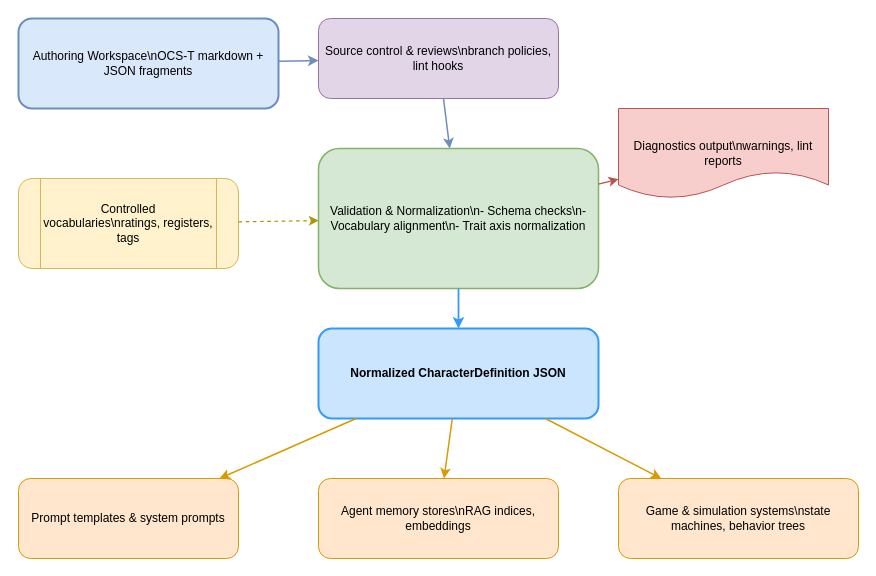
This is site/assets/diagrams/data-flow-ocst-to-json.drawio from Open-Character-Design/OCD-Specification, a draw.io file, before an edit. Source tidied: cells renumbered, new cells numbered last; positions are measured from the earlier drawing's top-left corner, leaving out a move shared by most shapes. Both pictures are drawn from the tidied source at 100%, with x=0, y=0 at pixel (18, 18).
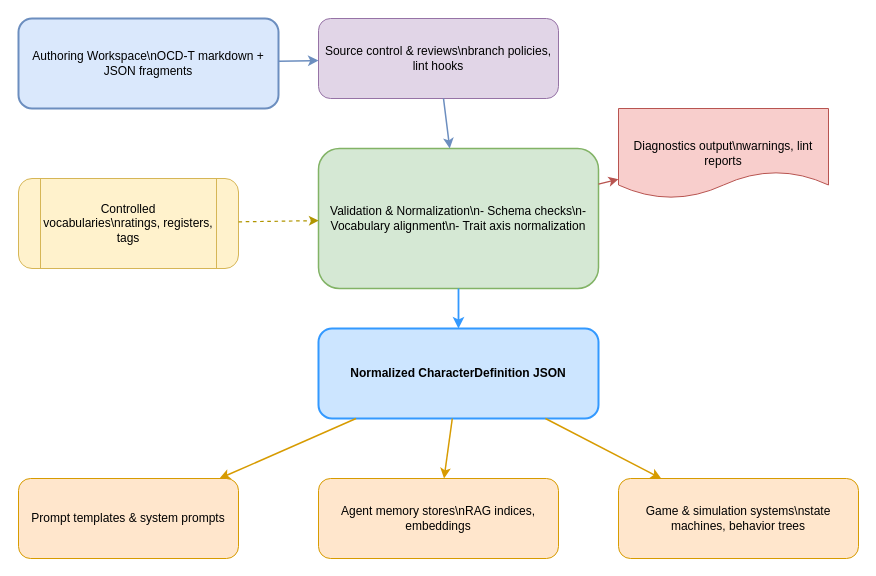
Above is the later version.

What changed in the source:
```diff
@@
 <mxGraphModel>
   <root>
     <mxCell id="0" />
     <mxCell id="1" parent="0" />
-    <mxCell id="2" value="Authoring Workspace\nOCS-T markdown + JSON fragments" style="rounded=1;whiteSpace=wrap;html=1;fillColor=#dae8fc;strokeColor=#6c8ebf;strokeWidth=2;" parent="1" vertex="1">
+    <mxCell id="2" value="Authoring Workspace\nOCD-T markdown + JSON fragments" style="rounded=1;whiteSpace=wrap;html=1;fillColor=#dae8fc;strokeColor=#6c8ebf;strokeWidth=2;" parent="1" vertex="1">
       <mxGeometry width="260" height="90" as="geometry" />
     </mxCell>
     <mxCell id="3" value="Source control &amp; reviews\nbranch policies, lint hooks" style="rounded=1;whiteSpace=wrap;html=1;fillColor=#e1d5e7;strokeColor=#9673a6;" parent="1" vertex="1">
       <mxGeometry x="300" width="240" height="80" as="geometry" />
     </mxCell>
     <mxCell id="4" value="Validation &amp; Normalization\n- Schema checks\n- Vocabulary alignment\n- Trait axis normalization" style="rounded=1;whiteSpace=wrap;html=1;fillColor=#d5e8d4;strokeColor=#82b366;strokeWidth=1.5;" parent="1" vertex="1">
       <mxGeometry x="300" y="130" width="280" height="140" as="geometry" />
     </mxCell>
     <mxCell id="5" value="Controlled vocabularies\nratings, registers, tags" style="shape=process;whiteSpace=wrap;html=1;rounded=1;fillColor=#fff2cc;strokeColor=#d6b656;" parent="1" vertex="1">
       <mxGeometry y="160" width="220" height="90" as="geometry" />
     </mxCell>
     <mxCell id="6" value="Diagnostics output\nwarnings, lint reports" style="shape=document;whiteSpace=wrap;html=1;rounded=0;fillColor=#f8cecc;strokeColor=#b85450;" parent="1" vertex="1">
       <mxGeometry x="600" y="90" width="210" height="90" as="geometry" />
     </mxCell>
     <mxCell id="7" value="Normalized CharacterDefinition JSON" style="rounded=1;whiteSpace=wrap;html=1;fontStyle=1;fillColor=#cce5ff;strokeColor=#3399ff;strokeWidth=2;" parent="1" vertex="1">
       <mxGeometry x="300" y="310" width="280" height="90" as="geometry" />
     </mxCell>
     <mxCell id="8" value="Prompt templates &amp; system prompts" style="rounded=1;whiteSpace=wrap;html=1;fillColor=#ffe6cc;strokeColor=#d79b00;" parent="1" vertex="1">
       <mxGeometry y="460" width="220" height="80" as="geometry" />
     </mxCell>
     <mxCell id="9" value="Agent memory stores\nRAG indices, embeddings" style="rounded=1;whiteSpace=wrap;html=1;fillColor=#ffe6cc;strokeColor=#d79b00;" parent="1" vertex="1">
       <mxGeometry x="300" y="460" width="240" height="80" as="geometry" />
     </mxCell>
     <mxCell id="10" value="Game &amp; simulation systems\nstate machines, behavior trees" style="rounded=1;whiteSpace=wrap;html=1;fillColor=#ffe6cc;strokeColor=#d79b00;" parent="1" vertex="1">
       <mxGeometry x="600" y="460" width="240" height="80" as="geometry" />
     </mxCell>
     <mxCell id="11" style="endArrow=classic;html=1;strokeColor=#6c8ebf;strokeWidth=1.5;" parent="1" edge="1" source="2" target="3">
       <mxGeometry relative="1" as="geometry" />
     </mxCell>
     <mxCell id="12" style="endArrow=classic;html=1;strokeColor=#6c8ebf;strokeWidth=1.5;" parent="1" edge="1" source="3" target="4">
       <mxGeometry relative="1" as="geometry" />
     </mxCell>
     <mxCell id="13" style="endArrow=classic;html=1;strokeColor=#b09500;dashed=1;strokeWidth=1.2;" parent="1" edge="1" source="5" target="4">
       <mxGeometry relative="1" as="geometry" />
     </mxCell>
     <mxCell id="14" style="endArrow=classic;html=1;strokeColor=#b85450;strokeWidth=1.3;" parent="1" edge="1" source="4" target="6">
       <mxGeometry relative="1" as="geometry" />
     </mxCell>
     <mxCell id="15" style="endArrow=classic;html=1;strokeColor=#3399ff;strokeWidth=1.8;" parent="1" edge="1" source="4" target="7">
       <mxGeometry relative="1" as="geometry" />
     </mxCell>
     <mxCell id="16" style="endArrow=classic;html=1;strokeColor=#d79b00;strokeWidth=1.5;" parent="1" edge="1" source="7" target="8">
       <mxGeometry relative="1" as="geometry" />
     </mxCell>
     <mxCell id="17" style="endArrow=classic;html=1;strokeColor=#d79b00;strokeWidth=1.5;" parent="1" edge="1" source="7" target="9">
       <mxGeometry relative="1" as="geometry" />
     </mxCell>
     <mxCell id="18" style="endArrow=classic;html=1;strokeColor=#d79b00;strokeWidth=1.5;" parent="1" edge="1" source="7" target="10">
       <mxGeometry relative="1" as="geometry" />
     </mxCell>
   </root>
 </mxGraphModel>
```
